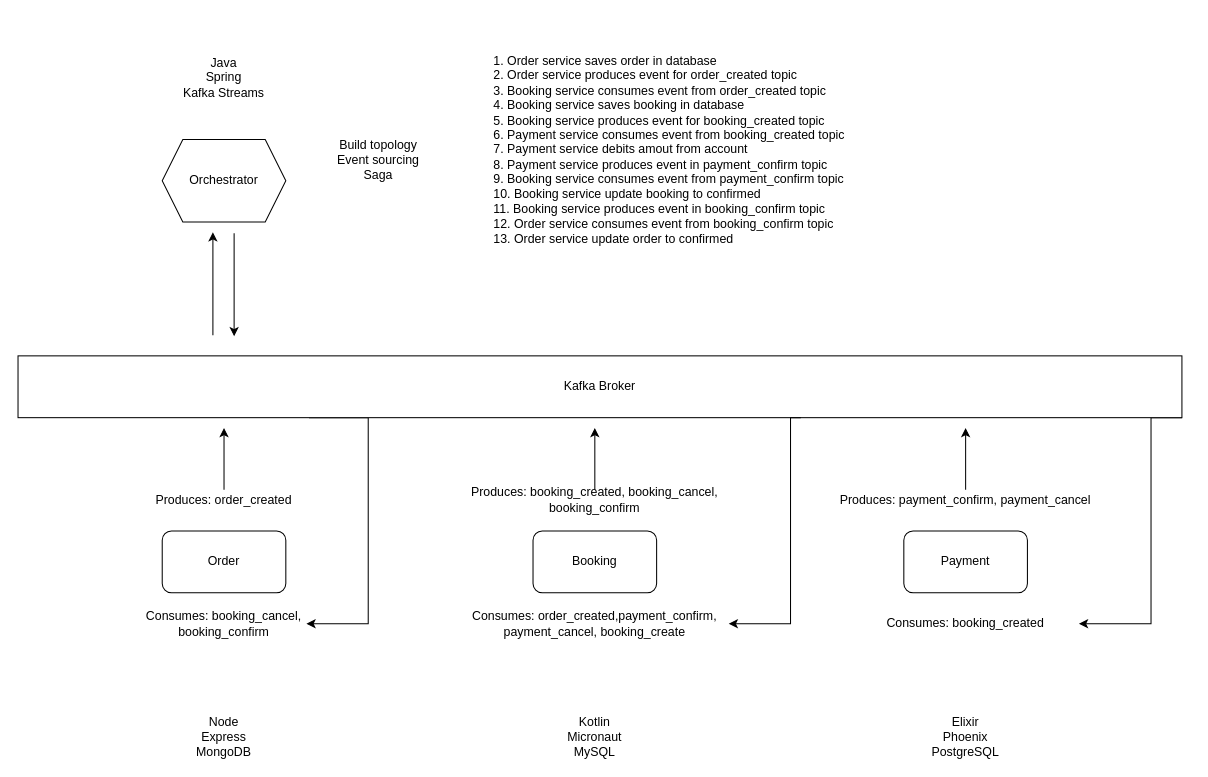
Earlier version of the draw.io diagram diagram-saga-es.drawio (mirjahal/saga-kafka-streams-example). Source tidied: cells renumbered, new cells numbered last; positions are measured from the earlier drawing's top-left corner, leaving out a move shared by most shapes. Both pictures are drawn from the tidied source at 103%, with x=0, y=0 at pixel (18, 57).
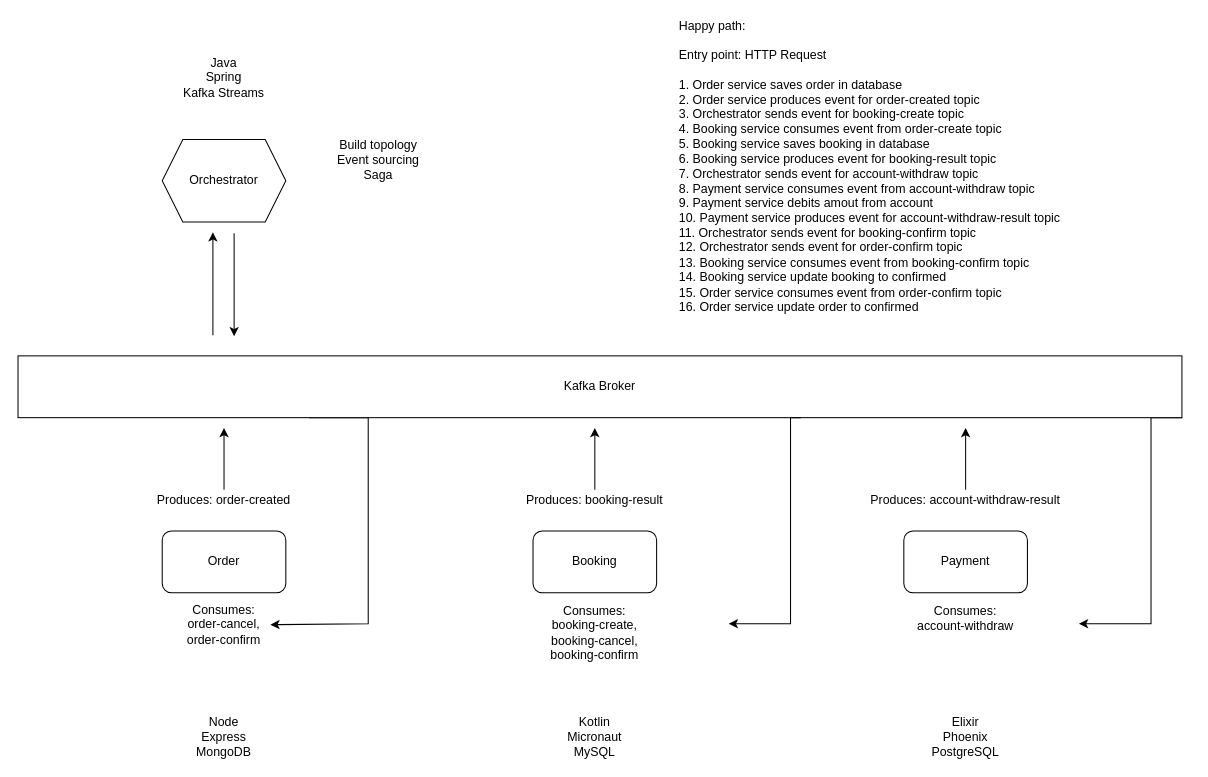
Above is the later version.

Commit message:
adjust diagram

Diff of the diagram source:
```diff
@@
-    <mxCell id="9" value="Produces: order_created" style="text;html=1;strokeColor=none;fillColor=none;align=center;verticalAlign=middle;whiteSpace=wrap;rounded=0;" parent="1" vertex="1">
+    <mxCell id="9" value="Produces: order-created" style="text;html=1;strokeColor=none;fillColor=none;align=center;verticalAlign=middle;whiteSpace=wrap;rounded=0;" parent="1" vertex="1">
       <mxGeometry x="120" y="420" width="160" height="20" as="geometry" />
     </mxCell>
@@
-    <mxCell id="11" value="Produces: booking_created, booking_cancel, booking_confirm" style="text;html=1;strokeColor=none;fillColor=none;align=center;verticalAlign=middle;whiteSpace=wrap;rounded=0;" parent="1" vertex="1">
+    <mxCell id="11" value="Produces: booking-result" style="text;html=1;strokeColor=none;fillColor=none;align=center;verticalAlign=middle;whiteSpace=wrap;rounded=0;" parent="1" vertex="1">
       <mxGeometry x="400" y="420" width="320" height="20" as="geometry" />
     </mxCell>
@@
-    <mxCell id="13" value="Produces: payment_confirm, payment_cancel" style="text;html=1;strokeColor=none;fillColor=none;align=center;verticalAlign=middle;whiteSpace=wrap;rounded=0;" parent="1" vertex="1">
+    <mxCell id="13" value="Produces: account-withdraw-result" style="text;html=1;strokeColor=none;fillColor=none;align=center;verticalAlign=middle;whiteSpace=wrap;rounded=0;" parent="1" vertex="1">
       <mxGeometry x="760" y="420" width="320" height="20" as="geometry" />
     </mxCell>
@@
-    <mxCell id="21" value="Consumes: booking_cancel, booking_confirm" style="text;html=1;strokeColor=none;fillColor=none;align=center;verticalAlign=middle;whiteSpace=wrap;rounded=0;" parent="1" vertex="1">
-      <mxGeometry x="120" y="540" width="160" height="20" as="geometry" />
+    <mxCell id="21" value="Consumes: order-cancel, order-confirm" style="text;html=1;strokeColor=none;fillColor=none;align=center;verticalAlign=middle;whiteSpace=wrap;rounded=0;" parent="1" vertex="1">
+      <mxGeometry x="155" y="541" width="90" height="20" as="geometry" />
     </mxCell>
@@
-    <mxCell id="23" value="Consumes: order_created,payment_confirm, payment_cancel, booking_create" style="text;html=1;strokeColor=none;fillColor=none;align=center;verticalAlign=middle;whiteSpace=wrap;rounded=0;" parent="1" vertex="1">
-      <mxGeometry x="400" y="540" width="320" height="20" as="geometry" />
+    <mxCell id="23" value="Consumes: booking-create, booking-cancel, booking-confirm" style="text;html=1;strokeColor=none;fillColor=none;align=center;verticalAlign=middle;whiteSpace=wrap;rounded=0;" parent="1" vertex="1">
+      <mxGeometry x="510" y="549" width="100" height="20" as="geometry" />
     </mxCell>
-    <mxCell id="24" value="Consumes: booking_created" style="text;html=1;strokeColor=none;fillColor=none;align=center;verticalAlign=middle;whiteSpace=wrap;rounded=0;" parent="1" vertex="1">
-      <mxGeometry x="825" y="540" width="190" height="20" as="geometry" />
+    <mxCell id="24" value="Consumes: account-withdraw" style="text;html=1;strokeColor=none;fillColor=none;align=center;verticalAlign=middle;whiteSpace=wrap;rounded=0;" parent="1" vertex="1">
+      <mxGeometry x="870" y="535" width="100" height="20" as="geometry" />
     </mxCell>
@@
-    <mxCell id="26" value="1. Order service saves order in database&lt;br&gt;2. Order service produces event for order_created topic&lt;br&gt;3. Booking service consumes event from order_created topic&lt;br&gt;4. Booking service saves booking in database&lt;br&gt;5. Booking service produces event for booking_created topic&lt;br&gt;6. Payment service consumes event from booking_created topic&lt;br&gt;7. Payment service debits amout from account&lt;br&gt;8. Payment service produces event in payment_confirm topic&lt;br&gt;9. Booking service consumes event from payment_confirm topic&lt;br&gt;10. Booking service update booking to confirmed&lt;br&gt;11. Booking service produces event in booking_confirm topic&lt;br&gt;12. Order service consumes event from booking_confirm topic&lt;br&gt;13. Order service update order to confirmed" style="text;html=1;strokeColor=none;fillColor=none;align=left;verticalAlign=middle;whiteSpace=wrap;rounded=0;" parent="1" vertex="1">
-      <mxGeometry x="460" width="360" height="180" as="geometry" />
+    <mxCell id="26" value="Happy path:&lt;br&gt;&lt;br&gt;Entry point: HTTP Request&lt;br&gt;&lt;br&gt;1. Order service saves order in database&lt;br&gt;2. Order service produces event for order-created topic&lt;br&gt;3. Orchestrator sends event for booking-create topic&lt;br&gt;4. Booking service consumes event from order-create topic&lt;br&gt;5. Booking service saves booking in database&lt;br&gt;6. Booking service produces event for booking-result topic&lt;br&gt;7. Orchestrator sends event for account-withdraw topic&lt;br&gt;8. Payment service consumes event from account-withdraw topic&lt;br&gt;9. Payment service debits amout from account&lt;br&gt;10. Payment service produces event for account-withdraw-result topic&lt;br&gt;11. Orchestrator sends event for booking-confirm topic&lt;br&gt;12. Orchestrator sends event for order-confirm topic&lt;br&gt;13. Booking service consumes event from booking-confirm topic&lt;br&gt;14. Booking service update booking to confirmed&lt;br&gt;15. Order service consumes event from order-confirm topic&lt;br&gt;16. Order service update order to confirmed" style="text;html=1;strokeColor=none;fillColor=none;align=left;verticalAlign=middle;whiteSpace=wrap;rounded=0;" parent="1" vertex="1">
+      <mxGeometry x="640" y="-34" width="440" height="280" as="geometry" />
     </mxCell>
```
